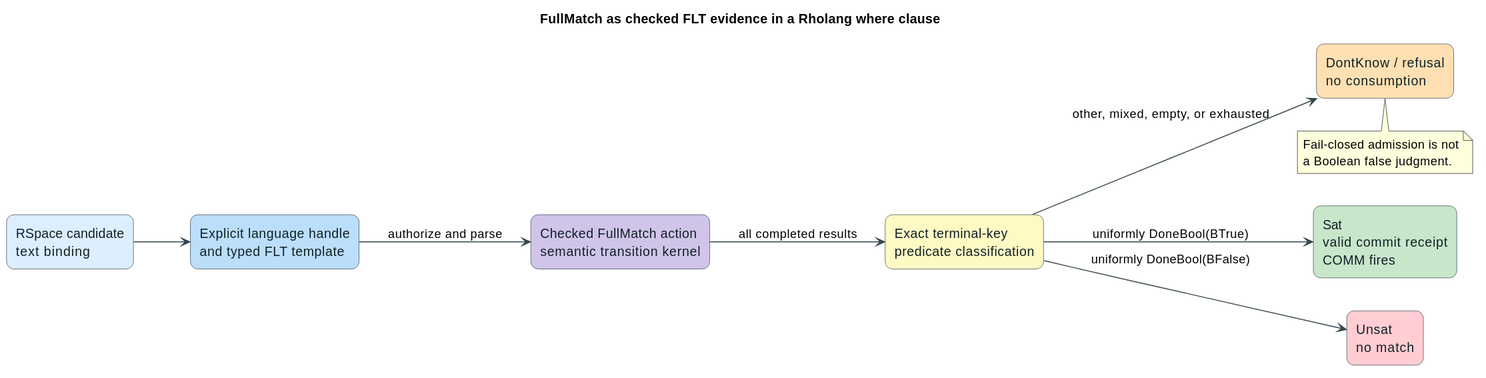
This is docs/design/plans/figures/module-ddl-predicate-flow.svg from F1R3FLY-io/mettail-rust, a PlantUML export, as it was before one commit. Its diagram source:
```plantuml
@startuml
title FullMatch as checked FLT evidence in a Rholang where clause
left to right direction
skinparam backgroundColor #FFFFFF
skinparam shadowing false
skinparam ArrowColor #37474F
skinparam rectangle {
  BorderColor #37474F
  FontColor #102027
  RoundCorner 16
}

rectangle "RSpace candidate\ntext binding" as candidate #DCEEFF
rectangle "Explicit language handle\nand typed FLT template" as flt #BBDEFB
rectangle "Checked FullMatch action\nsemantic transition kernel" as kernel #D1C4E9
rectangle "Exact terminal-key\npredicate classification" as classify #FFF9C4
rectangle "Sat\nvalid commit receipt\nCOMM fires" as sat #C8E6C9
rectangle "Unsat\nno match" as unsat #FFCDD2
rectangle "DontKnow / refusal\nno consumption" as unknown #FFE0B2

candidate --> flt
flt --> kernel : authorize and parse
kernel --> classify : all completed results
classify --> sat : uniformly DoneBool(BTrue)
classify --> unsat : uniformly DoneBool(BFalse)
classify --> unknown : other, mixed, empty, or exhausted

note bottom of unknown
  Fail-closed admission is not
  a Boolean false judgment.
end note
@enduml
```
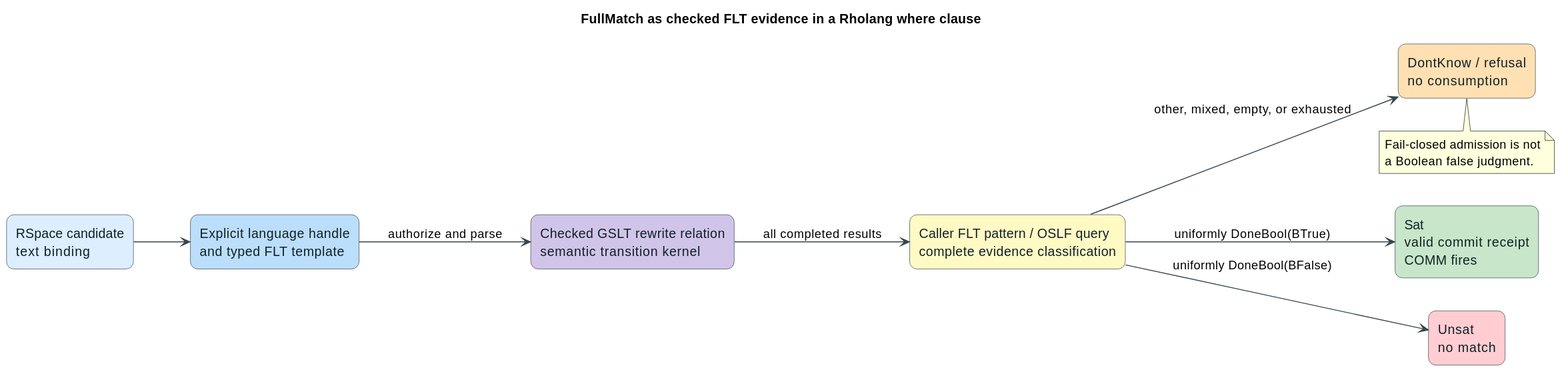
The same diagram one commit later.

Commit message:
docs: align Module DDL proposal with GSLT and OSLF theory boundary

The edit, as a diff of the source:
```diff
@@ -12,8 +12,8 @@
 
 rectangle "RSpace candidate\ntext binding" as candidate #DCEEFF
 rectangle "Explicit language handle\nand typed FLT template" as flt #BBDEFB
-rectangle "Checked FullMatch action\nsemantic transition kernel" as kernel #D1C4E9
-rectangle "Exact terminal-key\npredicate classification" as classify #FFF9C4
+rectangle "Checked GSLT rewrite relation\nsemantic transition kernel" as kernel #D1C4E9
+rectangle "Caller FLT pattern / OSLF query\ncomplete evidence classification" as classify #FFF9C4
 rectangle "Sat\nvalid commit receipt\nCOMM fires" as sat #C8E6C9
 rectangle "Unsat\nno match" as unsat #FFCDD2
 rectangle "DontKnow / refusal\nno consumption" as unknown #FFE0B2
```
